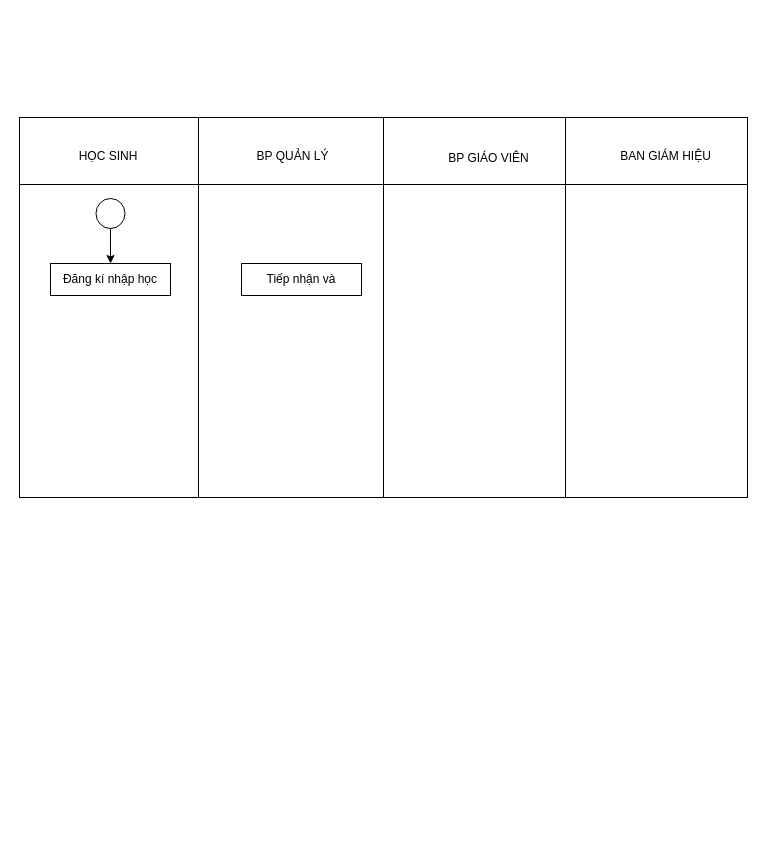
Before: 1.2.2.a.drawio in TLGKien/graph, a draw.io diagram. Source tidied: cells renumbered, new cells numbered last; positions are measured from the earlier drawing's top-left corner, leaving out a move shared by most shapes. Both pictures are drawn from the tidied source at 100%, with x=0, y=0 at pixel (19, 117).
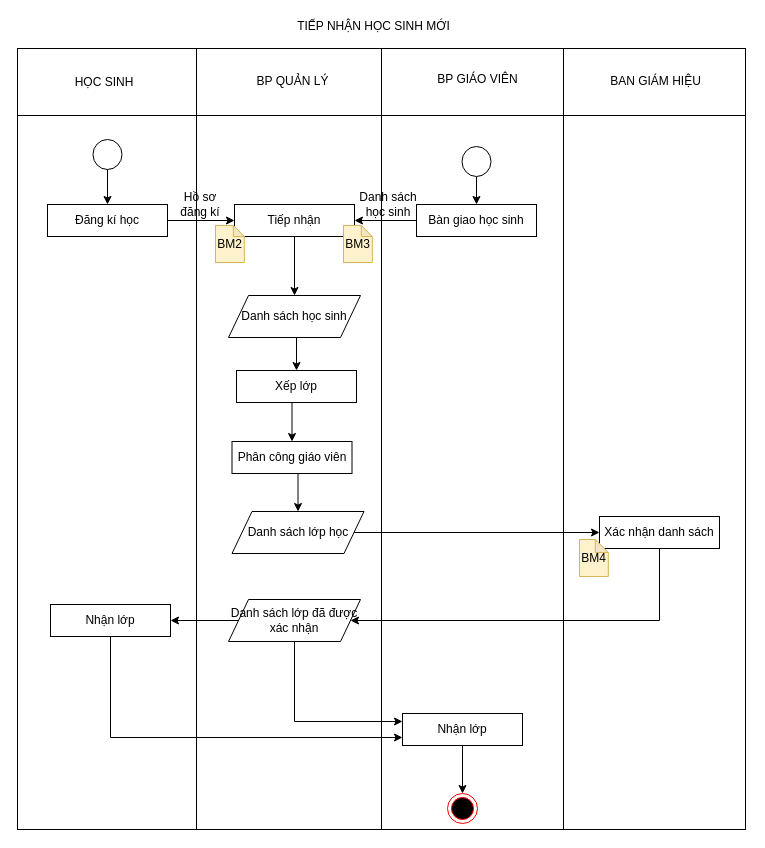
After the change.

What changed in the source:
```diff
@@
     <mxCell id="2" style="shape=internalStorage;whiteSpace=wrap;html=1;backgroundOutline=1;dx=179;dy=67;" parent="1" vertex="1">
-      <mxGeometry width="728" height="380" as="geometry" />
+      <mxGeometry x="-2" y="-69" width="728" height="781" as="geometry" />
     </mxCell>
     <mxCell id="3" value="HỌC SINH" style="text;html=1;strokeColor=none;fillColor=none;align=center;verticalAlign=middle;whiteSpace=wrap;rounded=0;" parent="1" vertex="1">
-      <mxGeometry x="51" y="29" width="76" height="20" as="geometry" />
+      <mxGeometry x="47" y="-45" width="76" height="20" as="geometry" />
     </mxCell>
     <mxCell id="4" value="BP QUẢN LÝ" style="text;html=1;align=center;verticalAlign=middle;" parent="1" vertex="1">
-      <mxGeometry x="232" y="30" width="81" height="18" as="geometry" />
+      <mxGeometry x="232" y="-45" width="81" height="18" as="geometry" />
     </mxCell>
@@
     <mxCell id="7" value="BP GIÁO VIÊN" style="text;html=1;align=center;verticalAlign=middle;" parent="1" vertex="1">
-      <mxGeometry x="424" y="32" width="90" height="18" as="geometry" />
+      <mxGeometry x="413" y="-47" width="90" height="18" as="geometry" />
     </mxCell>
     <mxCell id="8" value="BAN GIÁM HIỆU" style="text;html=1;align=center;verticalAlign=middle;" parent="1" vertex="1">
-      <mxGeometry x="595" y="30" width="101" height="18" as="geometry" />
+      <mxGeometry x="585" y="-45" width="101" height="18" as="geometry" />
     </mxCell>
     <mxCell id="9" style="ellipse;whiteSpace=wrap;html=1;" parent="1" vertex="1">
-      <mxGeometry x="76.5" y="81" width="29" height="30" as="geometry" />
+      <mxGeometry x="73.5" y="22" width="29" height="30" as="geometry" />
     </mxCell>
@@
+    <mxCell id="13" style="edgeStyle=orthogonalEdgeStyle;rounded=0;jettySize=auto;html=1;exitX=1;exitY=0.5;exitDx=0;exitDy=0;entryX=0;entryY=0.5;entryDx=0;entryDy=0;" parent="1" edge="1" source="11" target="12">
+      <mxGeometry relative="1" as="geometry" />
+    </mxCell>
-    <mxCell id="11" value="Đăng kí nhập học" style="rounded=0;whiteSpace=wrap;html=1;" parent="1" vertex="1">
-      <mxGeometry x="31" y="146" width="120" height="32" as="geometry" />
+    <mxCell id="11" value="Đăng kí học" style="rounded=0;whiteSpace=wrap;html=1;" parent="1" vertex="1">
+      <mxGeometry x="28" y="87" width="120" height="32" as="geometry" />
     </mxCell>
-    <mxCell id="12" value="Tiếp nhận và " style="rounded=0;whiteSpace=wrap;html=1;" parent="1" vertex="1">
-      <mxGeometry x="222" y="146" width="120" height="32" as="geometry" />
+    <mxCell id="12" value="Tiếp nhận " style="rounded=0;whiteSpace=wrap;html=1;" parent="1" vertex="1">
+      <mxGeometry x="215" y="87" width="120" height="32" as="geometry" />
     </mxCell>
+    <mxCell id="14" style="edgeStyle=orthogonalEdgeStyle;rounded=0;jettySize=auto;html=1;exitX=0;exitY=0.5;exitDx=0;exitDy=0;" parent="1" edge="1" source="15" target="12">
+      <mxGeometry relative="1" as="geometry" />
+    </mxCell>
+    <mxCell id="15" value="Bàn giao học sinh" style="rounded=0;whiteSpace=wrap;html=1;" parent="1" vertex="1">
+      <mxGeometry x="397" y="87" width="120" height="32" as="geometry" />
+    </mxCell>
+    <mxCell id="16" style="edgeStyle=orthogonalEdgeStyle;rounded=0;jettySize=auto;html=1;exitX=0.5;exitY=1;exitDx=0;exitDy=0;" parent="1" edge="1" source="17" target="15">
+      <mxGeometry relative="1" as="geometry" />
+    </mxCell>
+    <mxCell id="17" style="ellipse;whiteSpace=wrap;html=1;" parent="1" vertex="1">
+      <mxGeometry x="442.5" y="29" width="29" height="30" as="geometry" />
+    </mxCell>
+    <mxCell id="18" value="Danh sách học sinh" style="text;html=1;strokeColor=none;fillColor=none;align=center;verticalAlign=middle;whiteSpace=wrap;rounded=0;" parent="1" vertex="1">
+      <mxGeometry x="335" y="59" width="68" height="56" as="geometry" />
+    </mxCell>
+    <mxCell id="19" style="endArrow=classic;html=1;exitX=0.5;exitY=1;exitDx=0;exitDy=0;entryX=0.5;entryY=0;entryDx=0;entryDy=0;" parent="1" edge="1" source="12" target="26">
+      <mxGeometry relative="1" as="geometry" />
+    </mxCell>
+    <mxCell id="20" style="edgeStyle=orthogonalEdgeStyle;rounded=0;jettySize=auto;html=1;exitX=0.5;exitY=1;exitDx=0;exitDy=0;entryX=0.5;entryY=0;entryDx=0;entryDy=0;" parent="1" edge="1" source="21" target="24">
+      <mxGeometry relative="1" as="geometry" />
+    </mxCell>
+    <mxCell id="21" value="Xếp lớp" style="rounded=0;whiteSpace=wrap;html=1;" parent="1" vertex="1">
+      <mxGeometry x="217" y="253" width="120" height="32" as="geometry" />
+    </mxCell>
+    <mxCell id="22" value="Hồ sơ đăng kí" style="text;html=1;strokeColor=none;fillColor=none;align=center;verticalAlign=middle;whiteSpace=wrap;rounded=0;" parent="1" vertex="1">
+      <mxGeometry x="151" y="59" width="60" height="56" as="geometry" />
+    </mxCell>
+    <mxCell id="23" style="edgeStyle=orthogonalEdgeStyle;rounded=0;jettySize=auto;html=1;exitX=0.5;exitY=1;exitDx=0;exitDy=0;entryX=0.5;entryY=0;entryDx=0;entryDy=0;" parent="1" edge="1" source="24" target="32">
+      <mxGeometry relative="1" as="geometry" />
+    </mxCell>
+    <mxCell id="24" value="Phân công giáo viên" style="rounded=0;whiteSpace=wrap;html=1;" parent="1" vertex="1">
+      <mxGeometry x="212.5" y="324" width="120" height="32" as="geometry" />
+    </mxCell>
+    <mxCell id="25" style="edgeStyle=orthogonalEdgeStyle;rounded=0;jettySize=auto;html=1;exitX=0.5;exitY=1;exitDx=0;exitDy=0;entryX=0.5;entryY=0;entryDx=0;entryDy=0;" parent="1" edge="1" source="26" target="21">
+      <mxGeometry relative="1" as="geometry" />
+    </mxCell>
+    <mxCell id="26" value="Danh sách học sinh" style="shape=parallelogram;perimeter=parallelogramPerimeter;whiteSpace=wrap;html=1;fixedSize=1;" parent="1" vertex="1">
+      <mxGeometry x="209" y="178" width="132" height="42" as="geometry" />
+    </mxCell>
+    <mxCell id="27" style="edgeStyle=orthogonalEdgeStyle;rounded=0;jettySize=auto;html=1;exitX=0.5;exitY=1;exitDx=0;exitDy=0;entryX=1;entryY=0.5;entryDx=0;entryDy=0;" parent="1" edge="1" source="28" target="42">
+      <mxGeometry relative="1" as="geometry">
+        <Array as="points">
+          <mxPoint x="640" y="503" />
+        </Array>
+      </mxGeometry>
+    </mxCell>
+    <mxCell id="28" value="Xác nhận danh sách" style="rounded=0;whiteSpace=wrap;html=1;" parent="1" vertex="1">
+      <mxGeometry x="580" y="399" width="120" height="32" as="geometry" />
+    </mxCell>
+    <mxCell id="29" style="edgeStyle=orthogonalEdgeStyle;rounded=0;jettySize=auto;html=1;exitX=0;exitY=0.5;exitDx=0;exitDy=0;entryX=1;entryY=0.5;entryDx=0;entryDy=0;" parent="1" edge="1" source="42" target="34">
+      <mxGeometry relative="1" as="geometry" />
+    </mxCell>
+    <mxCell id="30" style="edgeStyle=orthogonalEdgeStyle;rounded=0;jettySize=auto;html=1;exitX=1;exitY=0.5;exitDx=0;exitDy=0;entryX=0;entryY=0.5;entryDx=0;entryDy=0;" parent="1" edge="1" source="32" target="28">
+      <mxGeometry relative="1" as="geometry" />
+    </mxCell>
+    <mxCell id="31" style="edgeStyle=orthogonalEdgeStyle;rounded=0;jettySize=auto;html=1;entryX=0;entryY=0.25;entryDx=0;entryDy=0;exitX=0.5;exitY=1;exitDx=0;exitDy=0;" parent="1" edge="1" source="42" target="36">
+      <mxGeometry relative="1" as="geometry" />
+    </mxCell>
+    <mxCell id="32" value="Danh sách lớp học" style="shape=parallelogram;perimeter=parallelogramPerimeter;whiteSpace=wrap;html=1;fixedSize=1;" parent="1" vertex="1">
+      <mxGeometry x="212.5" y="394" width="132" height="42" as="geometry" />
+    </mxCell>
+    <mxCell id="33" style="edgeStyle=orthogonalEdgeStyle;rounded=0;jettySize=auto;html=1;entryX=0;entryY=0.75;entryDx=0;entryDy=0;exitX=0.5;exitY=1;exitDx=0;exitDy=0;" parent="1" edge="1" source="34" target="36">
+      <mxGeometry relative="1" as="geometry" />
+    </mxCell>
+    <mxCell id="34" value="Nhận lớp" style="rounded=0;whiteSpace=wrap;html=1;" parent="1" vertex="1">
+      <mxGeometry x="31" y="487" width="120" height="32" as="geometry" />
+    </mxCell>
+    <mxCell id="35" style="edgeStyle=orthogonalEdgeStyle;rounded=0;jettySize=auto;html=1;exitX=0.5;exitY=1;exitDx=0;exitDy=0;entryX=0.5;entryY=0;entryDx=0;entryDy=0;" parent="1" edge="1" source="36" target="39">
+      <mxGeometry relative="1" as="geometry" />
+    </mxCell>
+    <mxCell id="36" value="Nhận lớp" style="rounded=0;whiteSpace=wrap;html=1;" parent="1" vertex="1">
+      <mxGeometry x="383" y="596" width="120" height="32" as="geometry" />
+    </mxCell>
+    <mxCell id="37" value="BM3" style="shape=note;whiteSpace=wrap;html=1;backgroundOutline=1;darkOpacity=0.05;size=11;fillColor=#fff2cc;strokeColor=#d6b656;" parent="1" vertex="1">
+      <mxGeometry x="324" y="108" width="28.8" height="37" as="geometry" />
+    </mxCell>
+    <mxCell id="38" value="BM2" style="shape=note;whiteSpace=wrap;html=1;backgroundOutline=1;darkOpacity=0.05;size=11;fillColor=#fff2cc;strokeColor=#d6b656;" parent="1" vertex="1">
+      <mxGeometry x="196" y="108" width="28.8" height="37" as="geometry" />
+    </mxCell>
+    <mxCell id="39" style="ellipse;html=1;shape=endState;fillColor=#000000;strokeColor=#ff0000;" parent="1" vertex="1">
+      <mxGeometry x="428" y="676" width="30" height="30" as="geometry" />
+    </mxCell>
+    <mxCell id="40" value="TIẾP NHẬN HỌC SINH MỚI" style="text;html=1;align=center;verticalAlign=middle;" parent="1" vertex="1">
+      <mxGeometry x="272" y="-100" width="164" height="18" as="geometry" />
+    </mxCell>
+    <mxCell id="41" value="BM4" style="shape=note;whiteSpace=wrap;html=1;backgroundOutline=1;darkOpacity=0.05;size=13;fillColor=#fff2cc;strokeColor=#d6b656;" parent="1" vertex="1">
+      <mxGeometry x="560" y="422" width="28.8" height="37" as="geometry" />
+    </mxCell>
+    <mxCell id="42" value="Danh sách lớp đã được xác nhận" style="shape=parallelogram;perimeter=parallelogramPerimeter;whiteSpace=wrap;html=1;fixedSize=1;" parent="1" vertex="1">
+      <mxGeometry x="209" y="482" width="132" height="42" as="geometry" />
+    </mxCell>
```
